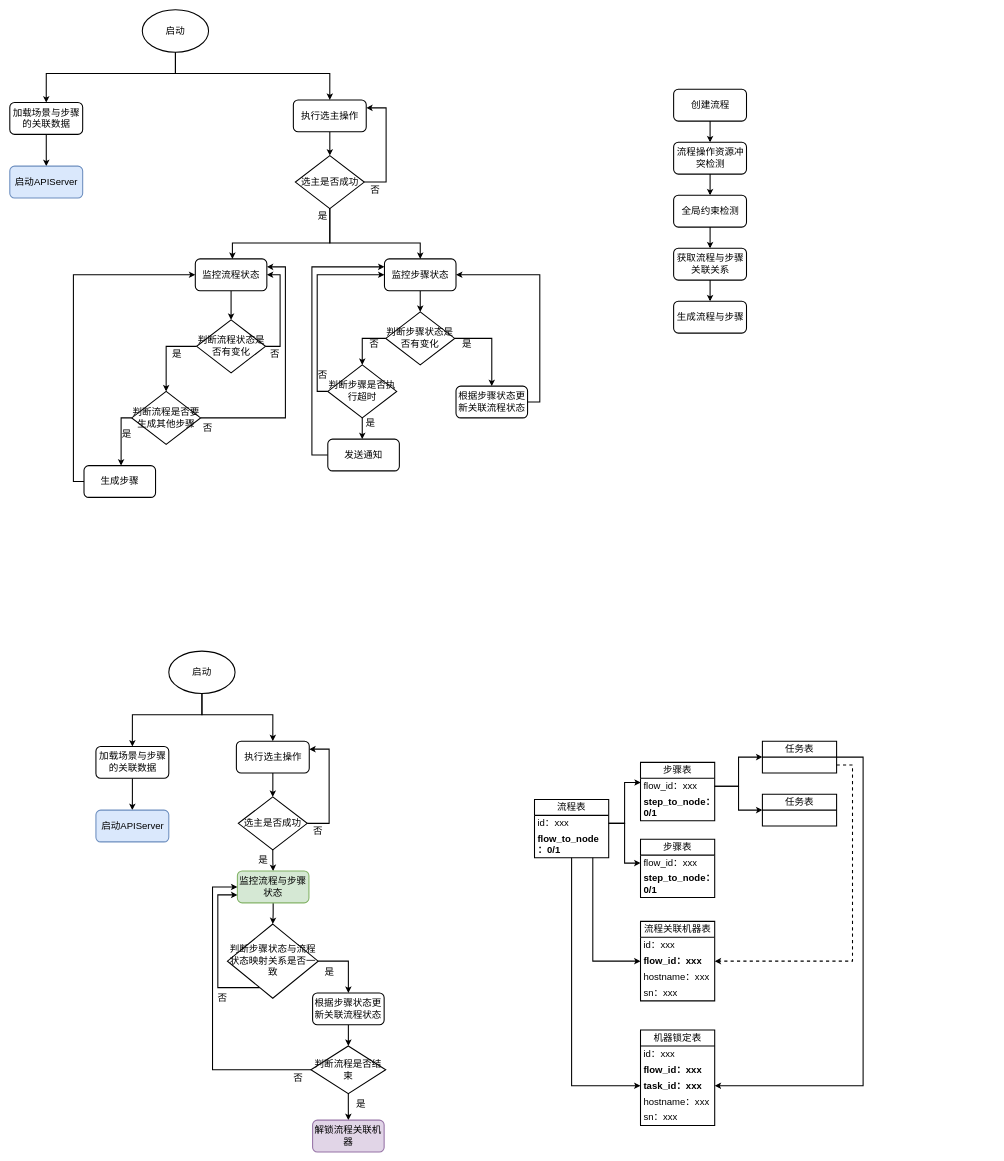
Above: page "流程管理模块" (2 of 4) of draw/elastic-resource.drawio in gosoon/gitbook (draw.io), before the change. Source tidied: cells renumbered, new cells numbered last; positions are measured from the earlier drawing's top-left corner, leaving out a move shared by most shapes. Both pictures are drawn from the tidied source at 53%, with x=0, y=0 at pixel (10, 10).
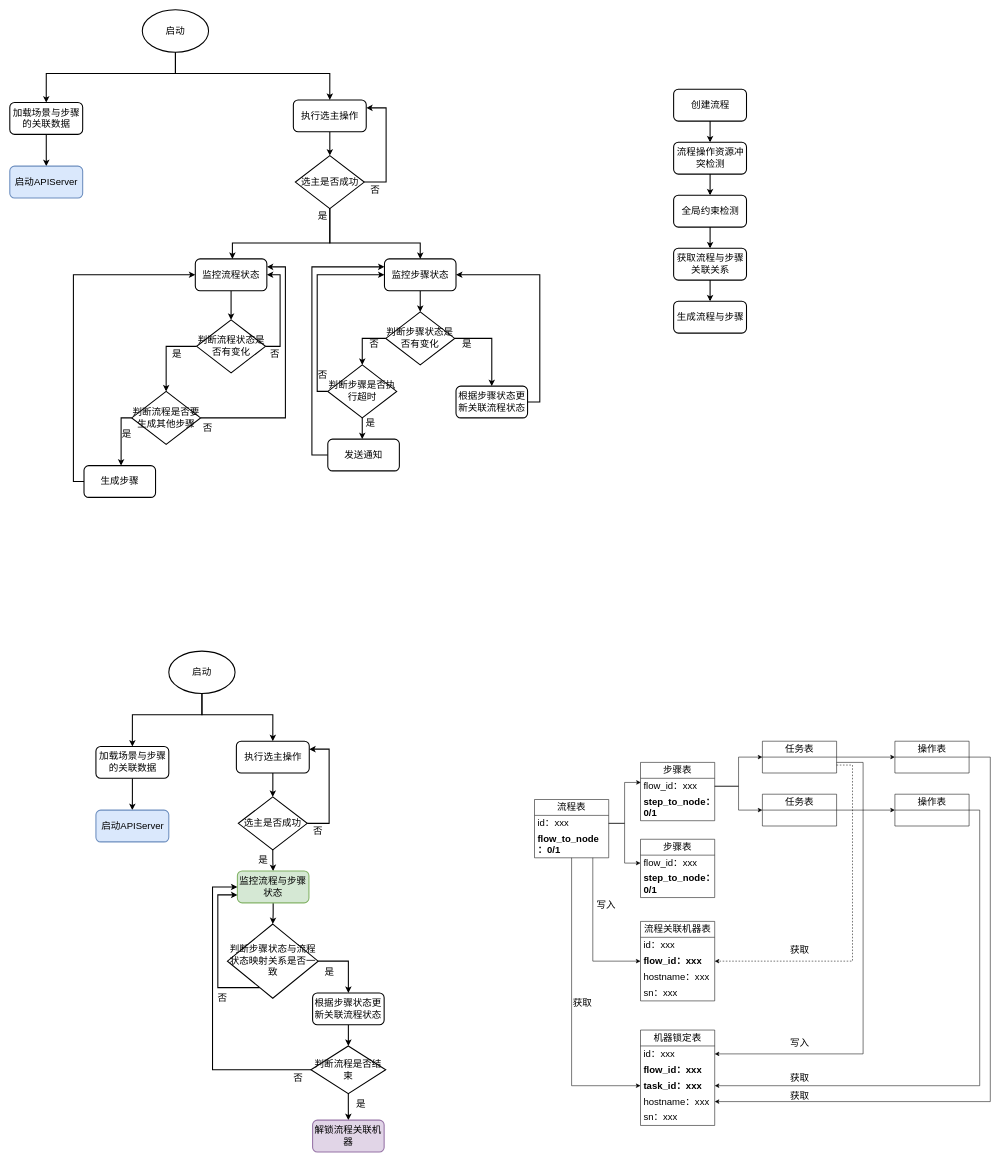
The same diagram, later.

What changed in the source:
```diff
@@
-    <mxCell id="83" style="edgeStyle=orthogonalEdgeStyle;rounded=0;jettySize=auto;html=1;strokeWidth=2;" parent="1" edge="1" source="84" target="105">
+    <mxCell id="83" style="edgeStyle=orthogonalEdgeStyle;rounded=0;jettySize=auto;html=1;strokeWidth=1;" parent="1" edge="1" source="84" target="105">
       <mxGeometry relative="1" as="geometry" />
     </mxCell>
-    <mxCell id="84" value="&lt;font style=&quot;font-size: 18px;&quot;&gt;流程表&lt;/font&gt;" style="swimlane;fontStyle=0;horizontal=1;startSize=30;whiteSpace=wrap;html=1;strokeWidth=2;" parent="1" vertex="1">
+    <mxCell id="84" value="&lt;font style=&quot;font-size: 18px;&quot;&gt;流程表&lt;/font&gt;" style="swimlane;fontStyle=0;horizontal=1;startSize=30;whiteSpace=wrap;html=1;strokeWidth=1;" parent="1" vertex="1">
       <mxGeometry x="990" y="1490" width="140" height="110" as="geometry" />
     </mxCell>
-    <mxCell id="85" value="&lt;font style=&quot;font-size: 18px;&quot;&gt;id：xxx&lt;/font&gt;" style="text;strokeColor=none;fillColor=none;align=left;verticalAlign=middle;spacingLeft=4;spacingRight=4;overflow=hidden;points=[[0,0.5],[1,0.5]];portConstraint=eastwest;whiteSpace=wrap;html=1;strokeWidth=2;" parent="84" vertex="1">
+    <mxCell id="85" value="&lt;font style=&quot;font-size: 18px;&quot;&gt;id：xxx&lt;/font&gt;" style="text;strokeColor=none;fillColor=none;align=left;verticalAlign=middle;spacingLeft=4;spacingRight=4;overflow=hidden;points=[[0,0.5],[1,0.5]];portConstraint=eastwest;whiteSpace=wrap;html=1;strokeWidth=1;" parent="84" vertex="1">
       <mxGeometry y="30" width="140" height="30" as="geometry" />
     </mxCell>
-    <mxCell id="86" value="&lt;b&gt;&lt;font style=&quot;font-size: 18px;&quot;&gt;flow_to_node&lt;br&gt;：0/1&lt;/font&gt;&lt;/b&gt;" style="text;strokeColor=none;fillColor=none;align=left;verticalAlign=middle;spacingLeft=4;spacingRight=4;overflow=hidden;points=[[0,0.5],[1,0.5]];portConstraint=eastwest;whiteSpace=wrap;html=1;strokeWidth=2;" parent="84" vertex="1">
+    <mxCell id="86" value="&lt;b&gt;&lt;font style=&quot;font-size: 18px;&quot;&gt;flow_to_node&lt;br&gt;：0/1&lt;/font&gt;&lt;/b&gt;" style="text;strokeColor=none;fillColor=none;align=left;verticalAlign=middle;spacingLeft=4;spacingRight=4;overflow=hidden;points=[[0,0.5],[1,0.5]];portConstraint=eastwest;whiteSpace=wrap;html=1;strokeWidth=1;" parent="84" vertex="1">
       <mxGeometry y="60" width="140" height="50" as="geometry" />
     </mxCell>
-    <mxCell id="87" value="&lt;font style=&quot;font-size: 18px;&quot;&gt;步骤表&lt;/font&gt;" style="swimlane;fontStyle=0;horizontal=1;startSize=30;whiteSpace=wrap;html=1;strokeWidth=2;" parent="1" vertex="1">
+    <mxCell id="87" value="&lt;font style=&quot;font-size: 18px;&quot;&gt;步骤表&lt;/font&gt;" style="swimlane;fontStyle=0;horizontal=1;startSize=30;whiteSpace=wrap;html=1;strokeWidth=1;" parent="1" vertex="1">
       <mxGeometry x="1190" y="1420" width="140" height="110" as="geometry" />
     </mxCell>
-    <mxCell id="88" value="&lt;font style=&quot;font-size: 18px;&quot;&gt;flow_id：xxx&lt;/font&gt;" style="text;strokeColor=none;fillColor=none;align=left;verticalAlign=middle;spacingLeft=4;spacingRight=4;overflow=hidden;points=[[0,0.5],[1,0.5]];portConstraint=eastwest;whiteSpace=wrap;html=1;strokeWidth=2;" parent="87" vertex="1">
+    <mxCell id="88" value="&lt;font style=&quot;font-size: 18px;&quot;&gt;flow_id：xxx&lt;/font&gt;" style="text;strokeColor=none;fillColor=none;align=left;verticalAlign=middle;spacingLeft=4;spacingRight=4;overflow=hidden;points=[[0,0.5],[1,0.5]];portConstraint=eastwest;whiteSpace=wrap;html=1;strokeWidth=1;" parent="87" vertex="1">
       <mxGeometry y="30" width="140" height="30" as="geometry" />
     </mxCell>
-    <mxCell id="89" value="&lt;b&gt;&lt;font style=&quot;font-size: 18px;&quot;&gt;step_to_node：0/1&lt;/font&gt;&lt;/b&gt;" style="text;strokeColor=none;fillColor=none;align=left;verticalAlign=middle;spacingLeft=4;spacingRight=4;overflow=hidden;whiteSpace=wrap;html=1;strokeWidth=2;" parent="87" vertex="1">
+    <mxCell id="89" value="&lt;b&gt;&lt;font style=&quot;font-size: 18px;&quot;&gt;step_to_node：0/1&lt;/font&gt;&lt;/b&gt;" style="text;strokeColor=none;fillColor=none;align=left;verticalAlign=middle;spacingLeft=4;spacingRight=4;overflow=hidden;whiteSpace=wrap;html=1;strokeWidth=1;" parent="87" vertex="1">
       <mxGeometry y="60" width="140" height="50" as="geometry" />
     </mxCell>
-    <mxCell id="90" value="&lt;font style=&quot;font-size: 18px;&quot;&gt;步骤表&lt;/font&gt;" style="swimlane;fontStyle=0;horizontal=1;startSize=30;whiteSpace=wrap;html=1;strokeWidth=2;" parent="1" vertex="1">
+    <mxCell id="90" value="&lt;font style=&quot;font-size: 18px;&quot;&gt;步骤表&lt;/font&gt;" style="swimlane;fontStyle=0;horizontal=1;startSize=30;whiteSpace=wrap;html=1;strokeWidth=1;" parent="1" vertex="1">
       <mxGeometry x="1190" y="1565" width="140" height="110" as="geometry" />
     </mxCell>
-    <mxCell id="91" value="&lt;font style=&quot;font-size: 18px;&quot;&gt;flow_id：xxx&lt;/font&gt;" style="text;strokeColor=none;fillColor=none;align=left;verticalAlign=middle;spacingLeft=4;spacingRight=4;overflow=hidden;points=[[0,0.5],[1,0.5]];portConstraint=eastwest;whiteSpace=wrap;html=1;strokeWidth=2;" parent="90" vertex="1">
+    <mxCell id="91" value="&lt;font style=&quot;font-size: 18px;&quot;&gt;flow_id：xxx&lt;/font&gt;" style="text;strokeColor=none;fillColor=none;align=left;verticalAlign=middle;spacingLeft=4;spacingRight=4;overflow=hidden;points=[[0,0.5],[1,0.5]];portConstraint=eastwest;whiteSpace=wrap;html=1;strokeWidth=1;" parent="90" vertex="1">
       <mxGeometry y="30" width="140" height="30" as="geometry" />
     </mxCell>
-    <mxCell id="92" value="&lt;font style=&quot;font-size: 18px;&quot;&gt;&lt;b&gt;step_to_node：0/1&lt;/b&gt;&lt;/font&gt;" style="text;strokeColor=none;fillColor=none;align=left;verticalAlign=middle;spacingLeft=4;spacingRight=4;overflow=hidden;whiteSpace=wrap;html=1;strokeWidth=2;" parent="90" vertex="1">
+    <mxCell id="92" value="&lt;font style=&quot;font-size: 18px;&quot;&gt;&lt;b&gt;step_to_node：0/1&lt;/b&gt;&lt;/font&gt;" style="text;strokeColor=none;fillColor=none;align=left;verticalAlign=middle;spacingLeft=4;spacingRight=4;overflow=hidden;whiteSpace=wrap;html=1;strokeWidth=1;" parent="90" vertex="1">
       <mxGeometry y="60" width="140" height="50" as="geometry" />
     </mxCell>
-    <mxCell id="93" style="edgeStyle=orthogonalEdgeStyle;rounded=0;jettySize=auto;html=1;entryX=1;entryY=0.5;entryDx=0;entryDy=0;dashed=1;exitX=1;exitY=0.75;exitDx=0;exitDy=0;strokeWidth=2;" parent="1" edge="1" source="95" target="99">
+    <mxCell id="93" style="edgeStyle=orthogonalEdgeStyle;rounded=0;jettySize=auto;html=1;entryX=1;entryY=0.5;entryDx=0;entryDy=0;dashed=1;exitX=1;exitY=0.75;exitDx=0;exitDy=0;strokeWidth=1;" parent="1" edge="1" source="95" target="99">
       <mxGeometry relative="1" as="geometry">
         <Array as="points">
           <mxPoint x="1590" y="1425" />
           <mxPoint x="1590" y="1795" />
         </Array>
       </mxGeometry>
     </mxCell>
-    <mxCell id="94" style="edgeStyle=orthogonalEdgeStyle;rounded=0;jettySize=auto;html=1;entryX=1;entryY=0.5;entryDx=0;entryDy=0;strokeWidth=2;" parent="1" edge="1" source="95" target="105">
+    <mxCell id="94" style="edgeStyle=orthogonalEdgeStyle;rounded=0;jettySize=auto;html=1;entryX=1;entryY=0.5;entryDx=0;entryDy=0;strokeWidth=1;" parent="1" edge="1" target="103">
       <mxGeometry relative="1" as="geometry">
+        <mxPoint x="1560" y="1420" as="sourcePoint" />
         <Array as="points">
-          <mxPoint x="1610" y="1410" />
-          <mxPoint x="1610" y="2030" />
+          <mxPoint x="1610" y="1420" />
+          <mxPoint x="1610" y="1970" />
         </Array>
       </mxGeometry>
     </mxCell>
+    <mxCell id="113" style="edgeStyle=orthogonalEdgeStyle;rounded=0;jettySize=auto;html=1;entryX=0;entryY=0.5;entryDx=0;entryDy=0;" parent="1" edge="1" source="95" target="116">
+      <mxGeometry relative="1" as="geometry" />
+    </mxCell>
-    <mxCell id="95" value="&lt;font style=&quot;font-size: 18px;&quot;&gt;任务表&lt;/font&gt;" style="swimlane;fontStyle=0;horizontal=1;startSize=30;whiteSpace=wrap;html=1;strokeWidth=2;" parent="1" vertex="1">
+    <mxCell id="95" value="&lt;font style=&quot;font-size: 18px;&quot;&gt;任务表&lt;/font&gt;" style="swimlane;fontStyle=0;horizontal=1;startSize=30;whiteSpace=wrap;html=1;strokeWidth=1;" parent="1" vertex="1">
       <mxGeometry x="1420" y="1380" width="140" height="60" as="geometry" />
     </mxCell>
+    <mxCell id="114" style="edgeStyle=orthogonalEdgeStyle;rounded=0;jettySize=auto;html=1;entryX=0;entryY=0.5;entryDx=0;entryDy=0;" parent="1" edge="1" source="96" target="118">
+      <mxGeometry relative="1" as="geometry" />
+    </mxCell>
-    <mxCell id="96" value="&lt;font style=&quot;font-size: 18px;&quot;&gt;任务表&lt;/font&gt;" style="swimlane;fontStyle=0;horizontal=1;startSize=30;whiteSpace=wrap;html=1;strokeWidth=2;" parent="1" vertex="1">
+    <mxCell id="96" value="&lt;font style=&quot;font-size: 18px;&quot;&gt;任务表&lt;/font&gt;" style="swimlane;fontStyle=0;horizontal=1;startSize=30;whiteSpace=wrap;html=1;strokeWidth=1;" parent="1" vertex="1">
       <mxGeometry x="1420" y="1480" width="140" height="60" as="geometry" />
     </mxCell>
-    <mxCell id="97" value="&lt;font style=&quot;font-size: 18px;&quot;&gt;流程关联机器表&lt;/font&gt;" style="swimlane;fontStyle=0;horizontal=1;startSize=30;whiteSpace=wrap;html=1;strokeWidth=2;" parent="1" vertex="1">
+    <mxCell id="97" value="&lt;font style=&quot;font-size: 18px;&quot;&gt;流程关联机器表&lt;/font&gt;" style="swimlane;fontStyle=0;horizontal=1;startSize=30;whiteSpace=wrap;html=1;strokeWidth=1;" parent="1" vertex="1">
       <mxGeometry x="1190" y="1720" width="140" height="150" as="geometry" />
     </mxCell>
-    <mxCell id="98" value="&lt;font style=&quot;font-size: 18px;&quot;&gt;id：xxx&lt;/font&gt;" style="text;strokeColor=none;fillColor=none;align=left;verticalAlign=middle;spacingLeft=4;spacingRight=4;overflow=hidden;whiteSpace=wrap;html=1;strokeWidth=2;" parent="97" vertex="1">
+    <mxCell id="98" value="&lt;font style=&quot;font-size: 18px;&quot;&gt;id：xxx&lt;/font&gt;" style="text;strokeColor=none;fillColor=none;align=left;verticalAlign=middle;spacingLeft=4;spacingRight=4;overflow=hidden;whiteSpace=wrap;html=1;strokeWidth=1;" parent="97" vertex="1">
       <mxGeometry y="30" width="140" height="30" as="geometry" />
     </mxCell>
-    <mxCell id="99" value="&lt;b&gt;&lt;font style=&quot;font-size: 18px;&quot;&gt;flow_id：xxx&lt;/font&gt;&lt;/b&gt;" style="text;strokeColor=none;fillColor=none;align=left;verticalAlign=middle;spacingLeft=4;spacingRight=4;overflow=hidden;points=[[0,0.5],[1,0.5]];portConstraint=eastwest;whiteSpace=wrap;html=1;strokeWidth=2;" parent="97" vertex="1">
+    <mxCell id="99" value="&lt;b&gt;&lt;font style=&quot;font-size: 18px;&quot;&gt;flow_id：xxx&lt;/font&gt;&lt;/b&gt;" style="text;strokeColor=none;fillColor=none;align=left;verticalAlign=middle;spacingLeft=4;spacingRight=4;overflow=hidden;points=[[0,0.5],[1,0.5]];portConstraint=eastwest;whiteSpace=wrap;html=1;strokeWidth=1;" parent="97" vertex="1">
       <mxGeometry y="60" width="140" height="30" as="geometry" />
     </mxCell>
-    <mxCell id="100" value="&lt;font style=&quot;font-size: 18px;&quot;&gt;hostname：xxx&lt;/font&gt;" style="text;strokeColor=none;fillColor=none;align=left;verticalAlign=middle;spacingLeft=4;spacingRight=4;overflow=hidden;whiteSpace=wrap;html=1;strokeWidth=2;" parent="97" vertex="1">
+    <mxCell id="100" value="&lt;font style=&quot;font-size: 18px;&quot;&gt;hostname：xxx&lt;/font&gt;" style="text;strokeColor=none;fillColor=none;align=left;verticalAlign=middle;spacingLeft=4;spacingRight=4;overflow=hidden;whiteSpace=wrap;html=1;strokeWidth=1;" parent="97" vertex="1">
       <mxGeometry y="90" width="140" height="30" as="geometry" />
     </mxCell>
-    <mxCell id="101" value="&lt;font style=&quot;font-size: 18px;&quot;&gt;sn：xxx&lt;/font&gt;" style="text;strokeColor=none;fillColor=none;align=left;verticalAlign=middle;spacingLeft=4;spacingRight=4;overflow=hidden;whiteSpace=wrap;html=1;strokeWidth=2;" parent="97" vertex="1">
+    <mxCell id="101" value="&lt;font style=&quot;font-size: 18px;&quot;&gt;sn：xxx&lt;/font&gt;" style="text;strokeColor=none;fillColor=none;align=left;verticalAlign=middle;spacingLeft=4;spacingRight=4;overflow=hidden;whiteSpace=wrap;html=1;strokeWidth=1;" parent="97" vertex="1">
       <mxGeometry y="120" width="140" height="30" as="geometry" />
     </mxCell>
-    <mxCell id="102" value="&lt;font style=&quot;font-size: 18px;&quot;&gt;机器锁定表&lt;/font&gt;" style="swimlane;fontStyle=0;horizontal=1;startSize=30;whiteSpace=wrap;html=1;strokeWidth=2;" parent="1" vertex="1">
+    <mxCell id="102" value="&lt;font style=&quot;font-size: 18px;&quot;&gt;机器锁定表&lt;/font&gt;" style="swimlane;fontStyle=0;horizontal=1;startSize=30;whiteSpace=wrap;html=1;strokeWidth=1;" parent="1" vertex="1">
       <mxGeometry x="1190" y="1925" width="140" height="180" as="geometry" />
     </mxCell>
-    <mxCell id="103" value="&lt;font style=&quot;font-size: 18px;&quot;&gt;id：xxx&lt;/font&gt;" style="text;strokeColor=none;fillColor=none;align=left;verticalAlign=middle;spacingLeft=4;spacingRight=4;overflow=hidden;points=[[0,0.5],[1,0.5]];portConstraint=eastwest;whiteSpace=wrap;html=1;strokeWidth=2;" parent="102" vertex="1">
+    <mxCell id="103" value="&lt;font style=&quot;font-size: 18px;&quot;&gt;id：xxx&lt;/font&gt;" style="text;strokeColor=none;fillColor=none;align=left;verticalAlign=middle;spacingLeft=4;spacingRight=4;overflow=hidden;points=[[0,0.5],[1,0.5]];portConstraint=eastwest;whiteSpace=wrap;html=1;strokeWidth=1;" parent="102" vertex="1">
       <mxGeometry y="30" width="140" height="30" as="geometry" />
     </mxCell>
-    <mxCell id="104" value="&lt;b&gt;&lt;font style=&quot;font-size: 18px;&quot;&gt;flow_id：xxx&lt;/font&gt;&lt;/b&gt;" style="text;strokeColor=none;fillColor=none;align=left;verticalAlign=middle;spacingLeft=4;spacingRight=4;overflow=hidden;whiteSpace=wrap;html=1;strokeWidth=2;" parent="102" vertex="1">
+    <mxCell id="104" value="&lt;b&gt;&lt;font style=&quot;font-size: 18px;&quot;&gt;flow_id：xxx&lt;/font&gt;&lt;/b&gt;" style="text;strokeColor=none;fillColor=none;align=left;verticalAlign=middle;spacingLeft=4;spacingRight=4;overflow=hidden;whiteSpace=wrap;html=1;strokeWidth=1;" parent="102" vertex="1">
       <mxGeometry y="60" width="140" height="30" as="geometry" />
     </mxCell>
-    <mxCell id="105" value="&lt;b&gt;&lt;font style=&quot;font-size: 18px;&quot;&gt;task_id：xxx&lt;/font&gt;&lt;/b&gt;" style="text;strokeColor=none;fillColor=none;align=left;verticalAlign=middle;spacingLeft=4;spacingRight=4;overflow=hidden;points=[[0,0.5],[1,0.5]];portConstraint=eastwest;whiteSpace=wrap;html=1;strokeWidth=2;" parent="102" vertex="1">
+    <mxCell id="105" value="&lt;b&gt;&lt;font style=&quot;font-size: 18px;&quot;&gt;task_id：xxx&lt;/font&gt;&lt;/b&gt;" style="text;strokeColor=none;fillColor=none;align=left;verticalAlign=middle;spacingLeft=4;spacingRight=4;overflow=hidden;points=[[0,0.5],[1,0.5]];portConstraint=eastwest;whiteSpace=wrap;html=1;strokeWidth=1;" parent="102" vertex="1">
       <mxGeometry y="90" width="140" height="30" as="geometry" />
     </mxCell>
-    <mxCell id="106" value="&lt;font style=&quot;font-size: 18px;&quot;&gt;hostname：xxx&lt;/font&gt;" style="text;strokeColor=none;fillColor=none;align=left;verticalAlign=middle;spacingLeft=4;spacingRight=4;overflow=hidden;whiteSpace=wrap;html=1;strokeWidth=2;" parent="102" vertex="1">
+    <mxCell id="106" value="&lt;font style=&quot;font-size: 18px;&quot;&gt;hostname：xxx&lt;/font&gt;" style="text;strokeColor=none;fillColor=none;align=left;verticalAlign=middle;spacingLeft=4;spacingRight=4;overflow=hidden;whiteSpace=wrap;html=1;strokeWidth=1;" parent="102" vertex="1">
       <mxGeometry y="120" width="140" height="30" as="geometry" />
     </mxCell>
-    <mxCell id="107" value="&lt;font style=&quot;font-size: 18px;&quot;&gt;sn：xxx&lt;/font&gt;" style="text;strokeColor=none;fillColor=none;align=left;verticalAlign=middle;spacingLeft=4;spacingRight=4;overflow=hidden;whiteSpace=wrap;html=1;strokeWidth=2;" parent="102" vertex="1">
+    <mxCell id="107" value="&lt;font style=&quot;font-size: 18px;&quot;&gt;sn：xxx&lt;/font&gt;" style="text;strokeColor=none;fillColor=none;align=left;verticalAlign=middle;spacingLeft=4;spacingRight=4;overflow=hidden;whiteSpace=wrap;html=1;strokeWidth=1;" parent="102" vertex="1">
       <mxGeometry y="150" width="140" height="30" as="geometry" />
     </mxCell>
-    <mxCell id="108" style="edgeStyle=orthogonalEdgeStyle;rounded=0;jettySize=auto;html=1;entryX=0.004;entryY=0.26;entryDx=0;entryDy=0;entryPerimeter=0;strokeWidth=2;" parent="1" edge="1" source="85" target="88">
+    <mxCell id="108" style="edgeStyle=orthogonalEdgeStyle;rounded=0;jettySize=auto;html=1;entryX=0.004;entryY=0.26;entryDx=0;entryDy=0;entryPerimeter=0;strokeWidth=1;" parent="1" edge="1" source="85" target="88">
       <mxGeometry relative="1" as="geometry" />
     </mxCell>
-    <mxCell id="109" style="edgeStyle=orthogonalEdgeStyle;rounded=0;jettySize=auto;html=1;entryX=0;entryY=0.5;entryDx=0;entryDy=0;strokeWidth=2;" parent="1" edge="1" source="85" target="91">
+    <mxCell id="109" style="edgeStyle=orthogonalEdgeStyle;rounded=0;jettySize=auto;html=1;entryX=0;entryY=0.5;entryDx=0;entryDy=0;strokeWidth=1;" parent="1" edge="1" source="85" target="91">
       <mxGeometry relative="1" as="geometry" />
     </mxCell>
-    <mxCell id="110" style="edgeStyle=orthogonalEdgeStyle;rounded=0;jettySize=auto;html=1;entryX=0;entryY=0.5;entryDx=0;entryDy=0;strokeWidth=2;" parent="1" edge="1" source="88" target="95">
+    <mxCell id="110" style="edgeStyle=orthogonalEdgeStyle;rounded=0;jettySize=auto;html=1;entryX=0;entryY=0.5;entryDx=0;entryDy=0;strokeWidth=1;" parent="1" edge="1" source="88" target="95">
       <mxGeometry relative="1" as="geometry" />
     </mxCell>
-    <mxCell id="111" style="edgeStyle=orthogonalEdgeStyle;rounded=0;jettySize=auto;html=1;entryX=0;entryY=0.5;entryDx=0;entryDy=0;strokeWidth=2;" parent="1" edge="1" source="88" target="96">
+    <mxCell id="111" style="edgeStyle=orthogonalEdgeStyle;rounded=0;jettySize=auto;html=1;entryX=0;entryY=0.5;entryDx=0;entryDy=0;strokeWidth=1;" parent="1" edge="1" source="88" target="96">
       <mxGeometry relative="1" as="geometry" />
     </mxCell>
-    <mxCell id="112" style="edgeStyle=orthogonalEdgeStyle;rounded=0;jettySize=auto;html=1;entryX=0;entryY=0.5;entryDx=0;entryDy=0;strokeWidth=2;" parent="1" edge="1" source="86" target="99">
+    <mxCell id="112" style="edgeStyle=orthogonalEdgeStyle;rounded=0;jettySize=auto;html=1;entryX=0;entryY=0.5;entryDx=0;entryDy=0;strokeWidth=1;" parent="1" edge="1" source="86" target="99">
       <mxGeometry relative="1" as="geometry">
         <Array as="points">
           <mxPoint x="1100" y="1795" />
         </Array>
       </mxGeometry>
     </mxCell>
+    <mxCell id="115" style="edgeStyle=orthogonalEdgeStyle;rounded=0;jettySize=auto;html=1;" parent="1" edge="1" source="116">
+      <mxGeometry relative="1" as="geometry">
+        <mxPoint x="1330" y="2060" as="targetPoint" />
+        <Array as="points">
+          <mxPoint x="1850" y="1410" />
+          <mxPoint x="1850" y="2060" />
+        </Array>
+      </mxGeometry>
+    </mxCell>
+    <mxCell id="116" value="&lt;font style=&quot;font-size: 18px;&quot;&gt;操作表&lt;/font&gt;" style="swimlane;fontStyle=0;horizontal=1;startSize=30;whiteSpace=wrap;html=1;strokeWidth=1;" parent="1" vertex="1">
+      <mxGeometry x="1670" y="1380" width="140" height="60" as="geometry" />
+    </mxCell>
+    <mxCell id="117" style="edgeStyle=orthogonalEdgeStyle;rounded=0;jettySize=auto;html=1;entryX=1;entryY=0.5;entryDx=0;entryDy=0;" parent="1" edge="1" source="118" target="105">
+      <mxGeometry relative="1" as="geometry">
+        <Array as="points">
+          <mxPoint x="1830" y="1510" />
+          <mxPoint x="1830" y="2030" />
+        </Array>
+      </mxGeometry>
+    </mxCell>
+    <mxCell id="118" value="&lt;font style=&quot;font-size: 18px;&quot;&gt;操作表&lt;/font&gt;" style="swimlane;fontStyle=0;horizontal=1;startSize=30;whiteSpace=wrap;html=1;strokeWidth=1;" parent="1" vertex="1">
+      <mxGeometry x="1670" y="1480" width="140" height="60" as="geometry" />
+    </mxCell>
+    <mxCell id="119" value="&lt;font style=&quot;font-size: 18px;&quot;&gt;写入&lt;/font&gt;" style="text;html=1;align=center;verticalAlign=middle;strokeColor=none;fillColor=none;" parent="1" vertex="1">
+      <mxGeometry x="1095" y="1670" width="60" height="40" as="geometry" />
+    </mxCell>
+    <mxCell id="120" value="&lt;font style=&quot;font-size: 18px;&quot;&gt;获取&lt;/font&gt;" style="text;html=1;align=center;verticalAlign=middle;strokeColor=none;fillColor=none;" parent="1" vertex="1">
+      <mxGeometry x="1050" y="1855" width="60" height="40" as="geometry" />
+    </mxCell>
+    <mxCell id="121" value="&lt;font style=&quot;font-size: 18px;&quot;&gt;获取&lt;/font&gt;" style="text;html=1;align=center;verticalAlign=middle;strokeColor=none;fillColor=none;" parent="1" vertex="1">
+      <mxGeometry x="1460" y="1755" width="60" height="40" as="geometry" />
+    </mxCell>
+    <mxCell id="122" value="&lt;font style=&quot;font-size: 18px;&quot;&gt;写入&lt;/font&gt;" style="text;html=1;align=center;verticalAlign=middle;strokeColor=none;fillColor=none;" parent="1" vertex="1">
+      <mxGeometry x="1460" y="1930" width="60" height="40" as="geometry" />
+    </mxCell>
+    <mxCell id="123" value="&lt;font style=&quot;font-size: 18px;&quot;&gt;获取&lt;/font&gt;" style="text;html=1;align=center;verticalAlign=middle;strokeColor=none;fillColor=none;" parent="1" vertex="1">
+      <mxGeometry x="1460" y="1995" width="60" height="40" as="geometry" />
+    </mxCell>
+    <mxCell id="124" value="&lt;font style=&quot;font-size: 18px;&quot;&gt;获取&lt;/font&gt;" style="text;html=1;align=center;verticalAlign=middle;strokeColor=none;fillColor=none;" parent="1" vertex="1">
+      <mxGeometry x="1460" y="2030" width="60" height="40" as="geometry" />
+    </mxCell>
```
